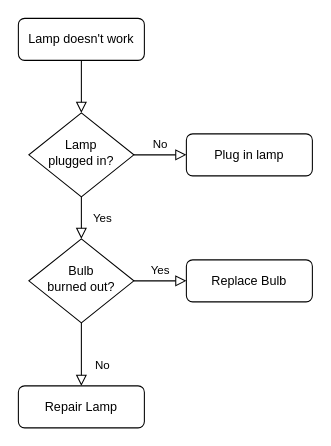
Earlier version of the draw.io diagram 제목 없는 다이어그램.drawio (tubtrbE/stm32_RTOS). Source tidied: cells renumbered, new cells numbered last; positions are measured from the earlier drawing's top-left corner, leaving out a move shared by most shapes. Both pictures are drawn from the tidied source at 105%, with x=0, y=0 at pixel (18, 18).
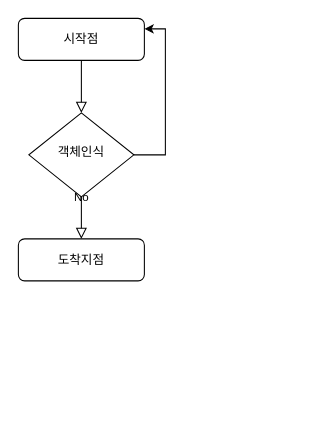
Above is the later version.

Commit message (it also covers changes not shown here):
제목 없는 다이어그램.drawio 업데이트

Change to the diagram source:
```diff
@@
 <mxGraphModel>
   <root>
     <mxCell id="0" />
     <mxCell id="1" parent="0" />
     <mxCell id="2" style="rounded=0;html=1;jettySize=auto;fontSize=11;endArrow=block;endFill=0;endSize=8;strokeWidth=1;shadow=0;labelBackgroundColor=none;edgeStyle=orthogonalEdgeStyle;" parent="1" edge="1" source="3" target="6">
       <mxGeometry relative="1" as="geometry" />
     </mxCell>
-    <mxCell id="3" value="Lamp doesn't work" style="rounded=1;whiteSpace=wrap;html=1;fontSize=12;glass=0;strokeWidth=1;shadow=0;" parent="1" vertex="1">
+    <mxCell id="3" value="시작점" style="rounded=1;whiteSpace=wrap;html=1;fontSize=12;glass=0;strokeWidth=1;shadow=0;" parent="1" vertex="1">
       <mxGeometry width="120" height="40" as="geometry" />
     </mxCell>
-    <mxCell id="4" value="Yes" style="rounded=0;html=1;jettySize=auto;fontSize=11;endArrow=block;endFill=0;endSize=8;strokeWidth=1;shadow=0;labelBackgroundColor=none;edgeStyle=orthogonalEdgeStyle;" parent="1" edge="1" source="6" target="10">
-      <mxGeometry y="20" relative="1" as="geometry" />
+    <mxCell id="4" value="No" style="rounded=0;html=1;jettySize=auto;fontSize=11;endArrow=block;endFill=0;endSize=8;strokeWidth=1;shadow=0;labelBackgroundColor=none;edgeStyle=orthogonalEdgeStyle;" parent="1" edge="1" source="6">
+      <mxGeometry y="20" relative="1" as="geometry">
+        <mxPoint x="60" y="210" as="targetPoint" />
+      </mxGeometry>
     </mxCell>
-    <mxCell id="5" value="No" style="edgeStyle=orthogonalEdgeStyle;rounded=0;html=1;jettySize=auto;fontSize=11;endArrow=block;endFill=0;endSize=8;strokeWidth=1;shadow=0;labelBackgroundColor=none;" parent="1" edge="1" source="6" target="7">
-      <mxGeometry y="10" relative="1" as="geometry" />
-    </mxCell>
+    <mxCell id="13" style="edgeStyle=orthogonalEdgeStyle;rounded=0;jettySize=auto;html=1;entryX=1;entryY=0.25;entryDx=0;entryDy=0;" parent="1" edge="1" source="6" target="3">
+      <mxGeometry relative="1" as="geometry">
+        <Array as="points">
+          <mxPoint x="140" y="130" />
+          <mxPoint x="140" y="10" />
+        </Array>
+      </mxGeometry>
+    </mxCell>
-    <mxCell id="6" value="Lamp&lt;br&gt;plugged in?" style="rhombus;whiteSpace=wrap;html=1;shadow=0;fontFamily=Helvetica;fontSize=12;align=center;strokeWidth=1;spacing=6;spacingTop=-4;" parent="1" vertex="1">
+    <mxCell id="6" value="객체인식" style="rhombus;whiteSpace=wrap;html=1;shadow=0;fontFamily=Helvetica;fontSize=12;align=center;strokeWidth=1;spacing=6;spacingTop=-4;" parent="1" vertex="1">
       <mxGeometry x="10" y="90" width="100" height="80" as="geometry" />
     </mxCell>
-    <mxCell id="7" value="Plug in lamp" style="rounded=1;whiteSpace=wrap;html=1;fontSize=12;glass=0;strokeWidth=1;shadow=0;" parent="1" vertex="1">
-      <mxGeometry x="160" y="110" width="120" height="40" as="geometry" />
-    </mxCell>
-    <mxCell id="8" value="No" style="rounded=0;html=1;jettySize=auto;fontSize=11;endArrow=block;endFill=0;endSize=8;strokeWidth=1;shadow=0;labelBackgroundColor=none;edgeStyle=orthogonalEdgeStyle;" parent="1" edge="1" source="10" target="11">
-      <mxGeometry x="0.33" y="20" relative="1" as="geometry" />
-    </mxCell>
-    <mxCell id="9" value="Yes" style="edgeStyle=orthogonalEdgeStyle;rounded=0;html=1;jettySize=auto;fontSize=11;endArrow=block;endFill=0;endSize=8;strokeWidth=1;shadow=0;labelBackgroundColor=none;" parent="1" edge="1" source="10" target="12">
-      <mxGeometry y="10" relative="1" as="geometry" />
-    </mxCell>
-    <mxCell id="10" value="Bulb&lt;br&gt;burned out?" style="rhombus;whiteSpace=wrap;html=1;shadow=0;fontFamily=Helvetica;fontSize=12;align=center;strokeWidth=1;spacing=6;spacingTop=-4;" parent="1" vertex="1">
-      <mxGeometry x="10" y="210" width="100" height="80" as="geometry" />
-    </mxCell>
-    <mxCell id="11" value="Repair Lamp" style="rounded=1;whiteSpace=wrap;html=1;fontSize=12;glass=0;strokeWidth=1;shadow=0;" parent="1" vertex="1">
-      <mxGeometry y="350" width="120" height="40" as="geometry" />
+    <mxCell id="11" value="도착지점" style="rounded=1;whiteSpace=wrap;html=1;fontSize=12;glass=0;strokeWidth=1;shadow=0;" parent="1" vertex="1">
+      <mxGeometry y="210" width="120" height="40" as="geometry" />
     </mxCell>
-    <mxCell id="12" value="Replace Bulb" style="rounded=1;whiteSpace=wrap;html=1;fontSize=12;glass=0;strokeWidth=1;shadow=0;" parent="1" vertex="1">
-      <mxGeometry x="160" y="230" width="120" height="40" as="geometry" />
-    </mxCell>
   </root>
 </mxGraphModel>
```
